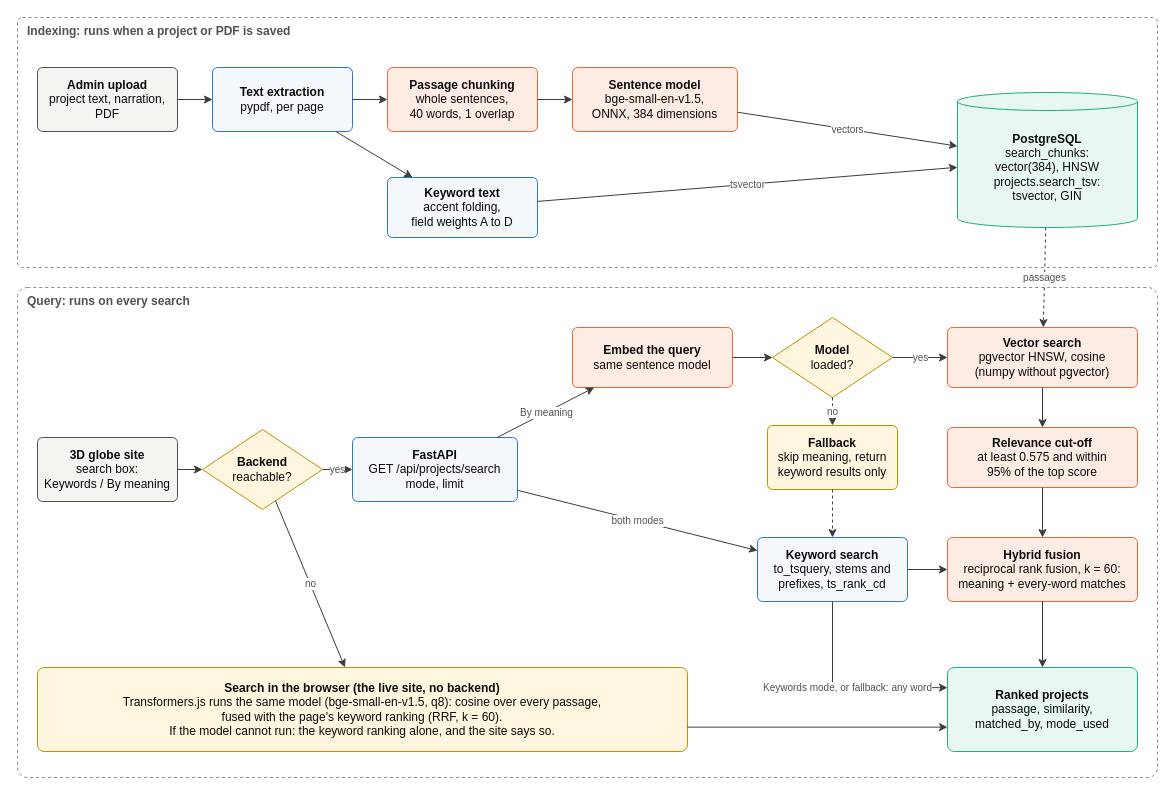
AnshSatiish/thecharter keeps this draw.io diagram as docs/diagrams/ai-capability-architecture.drawio. Above is the earlier version. Source tidied: cells renumbered, new cells numbered last; positions are measured from the earlier drawing's top-left corner, leaving out a move shared by most shapes. Both pictures are drawn from the tidied source at 100%, with x=0, y=0 at pixel (17, 17).
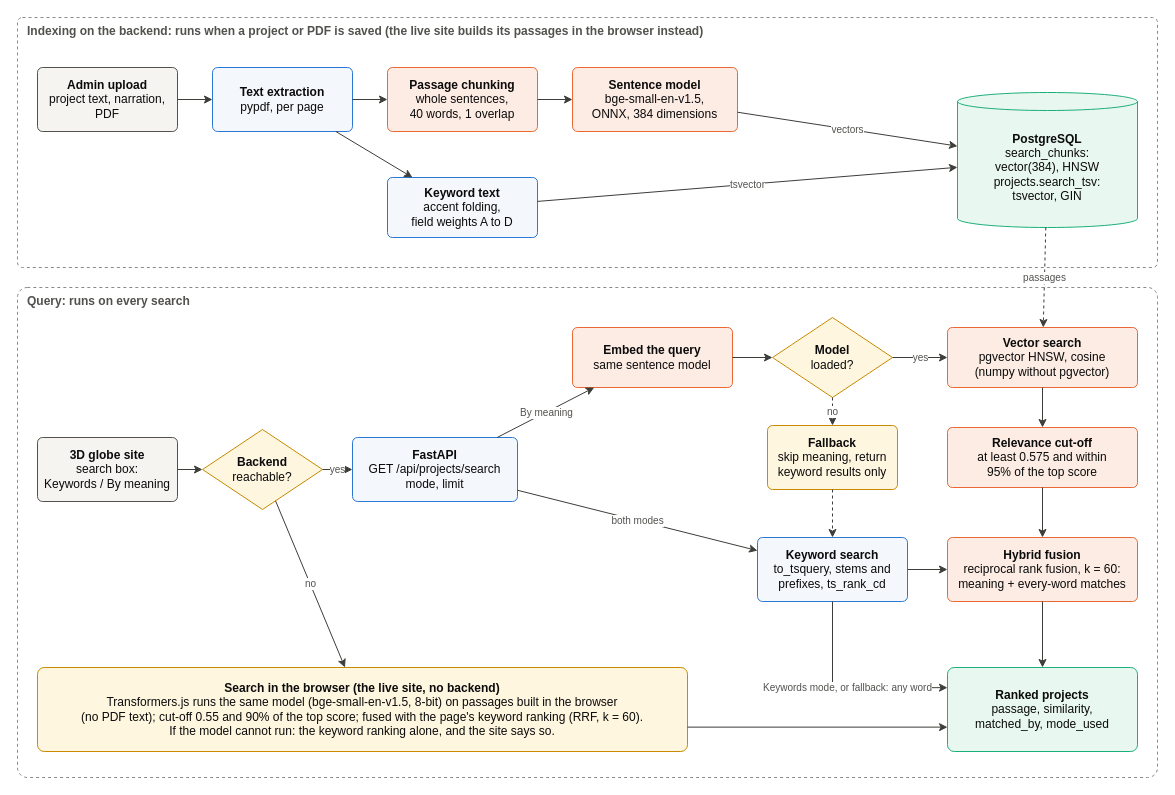
Above is the later version.

Commit message (it also covers changes not shown here):
Remove features the site faked; diagram shows the live-site search path

The edit, as a diff of the source:
```diff
@@
-    <mxCell id="2" value="Indexing: runs when a project or PDF is saved" style="rounded=1;arcSize=2;dashed=1;fillColor=none;strokeColor=#8a8a86;verticalAlign=top;align=left;spacingLeft=8;fontStyle=1;fontColor=#52514e;html=1;" parent="1" vertex="1">
+    <mxCell id="2" value="Indexing on the backend: runs when a project or PDF is saved (the live site builds its passages in the browser instead)" style="rounded=1;arcSize=2;dashed=1;fillColor=none;strokeColor=#8a8a86;verticalAlign=top;align=left;spacingLeft=8;fontStyle=1;fontColor=#52514e;html=1;" parent="1" vertex="1">
       <mxGeometry width="1140" height="250" as="geometry" />
     </mxCell>
@@
-    <mxCell id="20" value="&lt;b&gt;Search in the browser (the live site, no backend)&lt;/b&gt;&lt;br&gt;Transformers.js runs the same model (bge-small-en-v1.5, q8): cosine over every passage,&lt;br&gt;fused with the page&amp;#x27;s keyword ranking (RRF, k = 60).&lt;br&gt;If the model cannot run: the keyword ranking alone, and the site says so." style="rounded=1;arcSize=8;whiteSpace=wrap;html=1;fillColor=#fff6e0;strokeColor=#c98a00;fontColor=#0b0b0b;fontSize=12;" parent="1" vertex="1">
+    <mxCell id="20" value="&lt;b&gt;Search in the browser (the live site, no backend)&lt;/b&gt;&lt;br&gt;Transformers.js runs the same model (bge-small-en-v1.5, 8-bit) on passages built in the browser&lt;br&gt;(no PDF text); cut-off 0.55 and 90% of the top score; fused with the page&amp;#x27;s keyword ranking (RRF, k = 60).&lt;br&gt;If the model cannot run: the keyword ranking alone, and the site says so." style="rounded=1;arcSize=8;whiteSpace=wrap;html=1;fillColor=#fff6e0;strokeColor=#c98a00;fontColor=#0b0b0b;fontSize=12;" parent="1" vertex="1">
       <mxGeometry x="20" y="650" width="650" height="84" as="geometry" />
     </mxCell>
```
